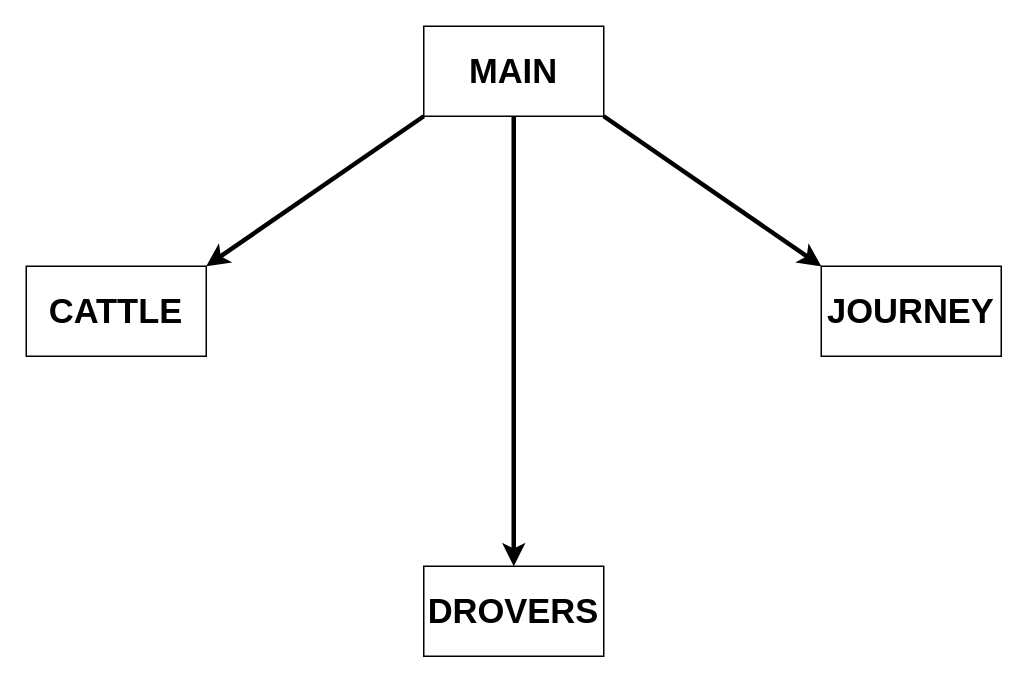
The draw.io diagram dependency.drawio in Ztied/bug-wrangler-ranch, before the edit. Source tidied: cells renumbered, new cells numbered last; positions are measured from the earlier drawing's top-left corner, leaving out a move shared by most shapes. Both pictures are drawn from the tidied source at 150%, with x=0, y=0 at pixel (26, 26).
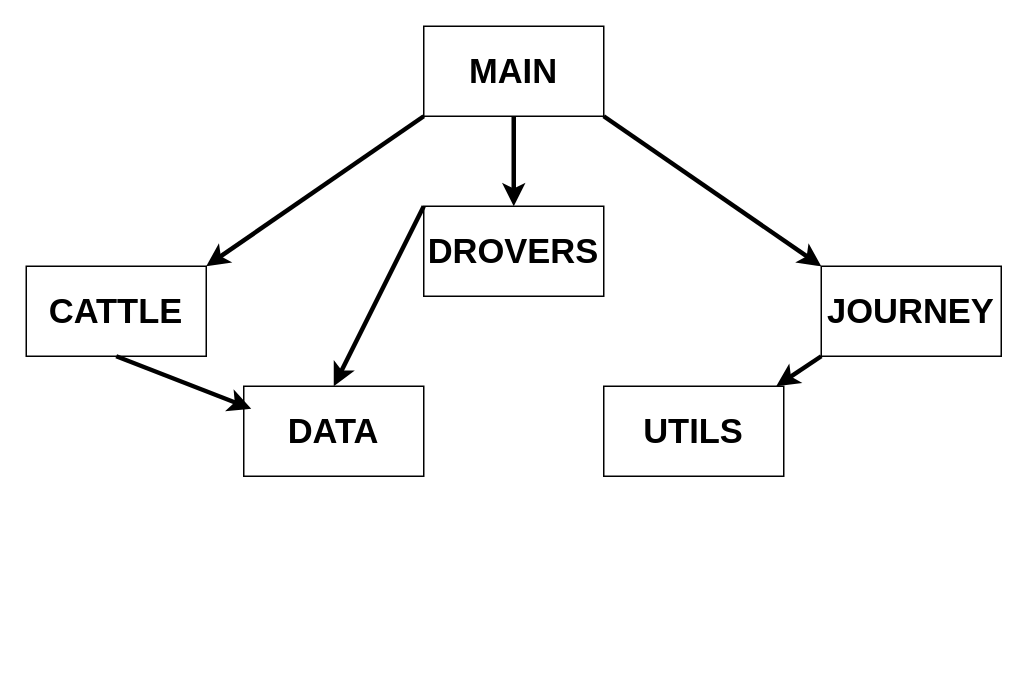
Above is the later version.

The change refers to these unchanged cells:
```xml
<mxCell id="7" value="&lt;b&gt;CATTLE&lt;/b&gt;" style="text;strokeColor=none;align=center;fillColor=none;html=1;verticalAlign=middle;whiteSpace=wrap;rounded=0;fontSize=23;" parent="1" vertex="1">
  <mxGeometry y="160" width="120" height="60" as="geometry" />
</mxCell>
<mxCell id="8" value="JOURNEY" style="text;strokeColor=none;align=center;fillColor=none;html=1;verticalAlign=middle;whiteSpace=wrap;rounded=0;fontSize=23;fontStyle=1;" parent="1" vertex="1">
  <mxGeometry x="530" y="160" width="120" height="60" as="geometry" />
</mxCell>
```

The edit, as a diff of the source:
```diff
@@
     <mxCell id="4" style="whiteSpace=wrap;html=1;" parent="1" vertex="1">
-      <mxGeometry x="265" y="360" width="120" height="60" as="geometry" />
+      <mxGeometry x="265" y="120" width="120" height="60" as="geometry" />
     </mxCell>
@@
     <mxCell id="9" value="&lt;b&gt;DROVERS&lt;/b&gt;" style="text;strokeColor=none;align=center;fillColor=none;html=1;verticalAlign=middle;whiteSpace=wrap;rounded=0;fontSize=23;" parent="1" vertex="1">
-      <mxGeometry x="265" y="360" width="120" height="60" as="geometry" />
+      <mxGeometry x="265" y="120" width="120" height="60" as="geometry" />
     </mxCell>
@@
+    <mxCell id="13" style="whiteSpace=wrap;html=1;" parent="1" vertex="1">
+      <mxGeometry x="145" y="240" width="120" height="60" as="geometry" />
+    </mxCell>
+    <mxCell id="14" value="DATA" style="text;strokeColor=none;align=center;fillColor=none;html=1;verticalAlign=middle;whiteSpace=wrap;rounded=0;fontStyle=1;fontSize=23;" parent="1" vertex="1">
+      <mxGeometry x="150" y="240" width="110" height="60" as="geometry" />
+    </mxCell>
+    <mxCell id="15" style="edgeStyle=none;jettySize=auto;html=1;fontSize=23;strokeWidth=3;entryX=0;entryY=0.25;entryDx=0;entryDy=0;exitX=0.5;exitY=1;exitDx=0;exitDy=0;" parent="1" edge="1" source="7" target="14">
+      <mxGeometry relative="1" as="geometry" />
+    </mxCell>
+    <mxCell id="16" style="whiteSpace=wrap;html=1;fontSize=23;" parent="1" vertex="1">
+      <mxGeometry x="385" y="240" width="120" height="60" as="geometry" />
+    </mxCell>
+    <mxCell id="17" value="UTILS" style="text;strokeColor=none;align=center;fillColor=none;html=1;verticalAlign=middle;whiteSpace=wrap;rounded=0;fontSize=23;fontStyle=1;" parent="1" vertex="1">
+      <mxGeometry x="390" y="240" width="110" height="60" as="geometry" />
+    </mxCell>
+    <mxCell id="18" style="edgeStyle=none;jettySize=auto;html=1;strokeWidth=3;fontSize=23;entryX=1;entryY=0;entryDx=0;entryDy=0;exitX=0;exitY=1;exitDx=0;exitDy=0;" parent="1" edge="1" source="8" target="17">
+      <mxGeometry relative="1" as="geometry" />
+    </mxCell>
+    <mxCell id="19" style="edgeStyle=none;jettySize=auto;html=1;strokeWidth=3;fontSize=23;entryX=0.5;entryY=0;entryDx=0;entryDy=0;exitX=0;exitY=0;exitDx=0;exitDy=0;" parent="1" edge="1" source="9" target="14">
+      <mxGeometry relative="1" as="geometry" />
+    </mxCell>
+    <mxCell id="20" style="edgeStyle=none;html=1;exitX=0.5;exitY=0;exitDx=0;exitDy=0;entryX=0.5;entryY=0;entryDx=0;entryDy=0;strokeWidth=3;fontSize=23;" parent="1" edge="1" source="14" target="14">
+      <mxGeometry relative="1" as="geometry" />
+    </mxCell>
```
